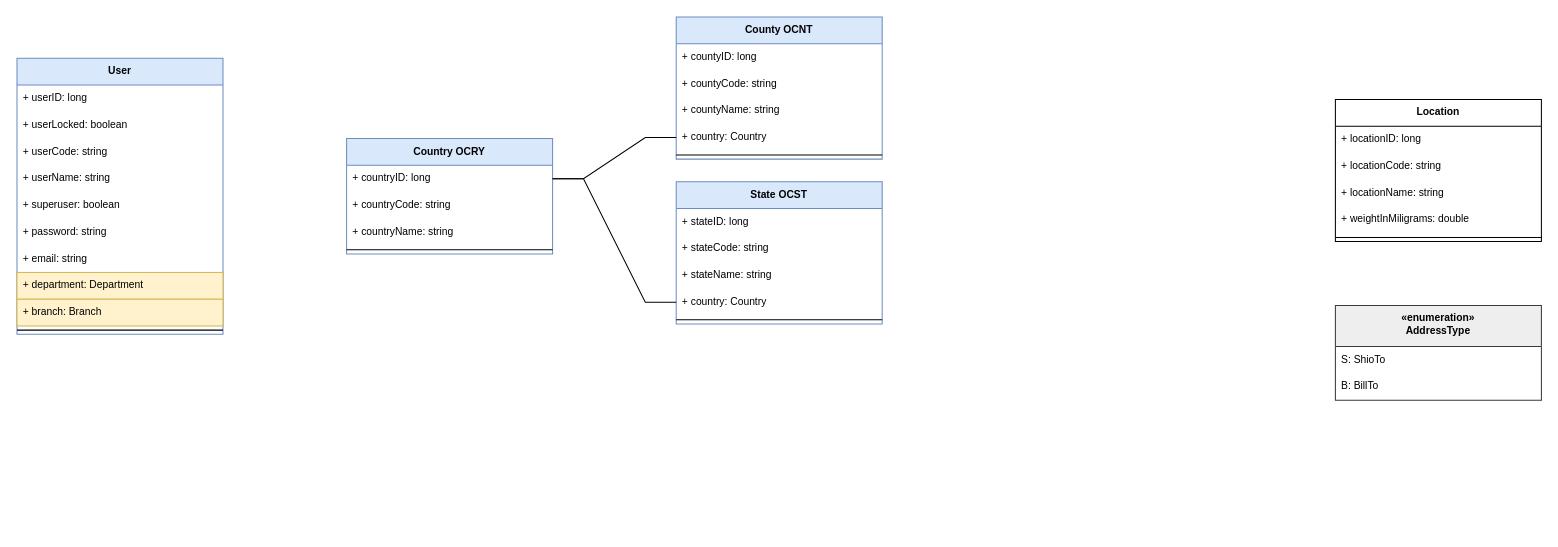
Before: docs/class/administration.drawio in mancinelli/xFormz, a draw.io diagram. Source tidied: cells renumbered, new cells numbered last; positions are measured from the earlier drawing's top-left corner, leaving out a move shared by most shapes. Both pictures are drawn from the tidied source at 103%, with x=0, y=0 at pixel (16, 16).
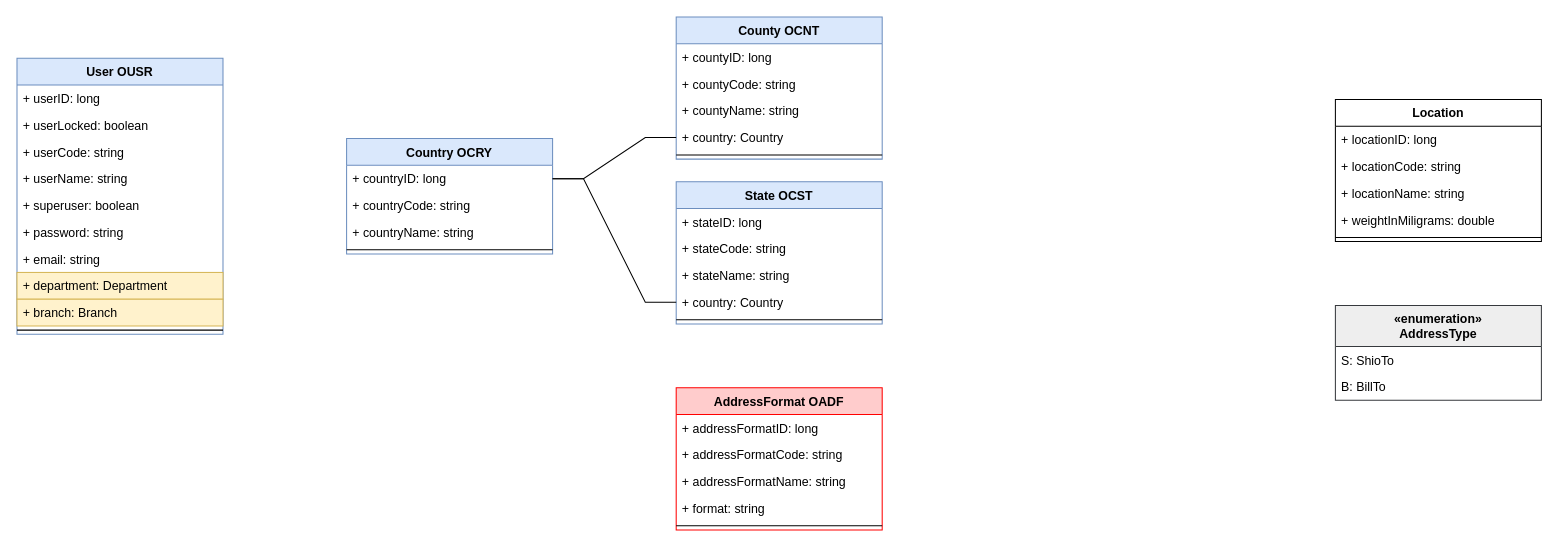
After the change.

The edit, as a diff of the source:
```diff
@@
-    <mxCell id="2" value="User" style="swimlane;fontStyle=1;align=center;verticalAlign=top;horizontal=1;startSize=26;fontSize=10;fillColor=#dae8fc;strokeColor=#6c8ebf;" parent="1" vertex="1">
+    <mxCell id="2" value="User OUSR" style="swimlane;fontStyle=1;align=center;verticalAlign=top;horizontal=1;startSize=26;fontSize=12;fillColor=#dae8fc;strokeColor=#6c8ebf;" parent="1" vertex="1">
       <mxGeometry y="40" width="200" height="268" as="geometry" />
     </mxCell>
-    <mxCell id="3" value="+ userID: long" style="text;strokeColor=none;fillColor=none;align=left;verticalAlign=top;spacingLeft=4;spacingRight=4;overflow=hidden;fontSize=10;" parent="2" vertex="1">
+    <mxCell id="3" value="+ userID: long" style="text;strokeColor=none;fillColor=none;align=left;verticalAlign=top;spacingLeft=4;spacingRight=4;overflow=hidden;fontSize=12;" parent="2" vertex="1">
       <mxGeometry y="26" width="200" height="26" as="geometry" />
     </mxCell>
-    <mxCell id="4" value="+ userLocked: boolean" style="text;strokeColor=none;fillColor=none;align=left;verticalAlign=top;spacingLeft=4;spacingRight=4;overflow=hidden;fontSize=10;" parent="2" vertex="1">
+    <mxCell id="4" value="+ userLocked: boolean" style="text;strokeColor=none;fillColor=none;align=left;verticalAlign=top;spacingLeft=4;spacingRight=4;overflow=hidden;fontSize=12;" parent="2" vertex="1">
       <mxGeometry y="52" width="200" height="26" as="geometry" />
     </mxCell>
-    <mxCell id="5" value="+ userCode: string" style="text;strokeColor=none;fillColor=none;align=left;verticalAlign=top;spacingLeft=4;spacingRight=4;overflow=hidden;fontSize=10;" parent="2" vertex="1">
+    <mxCell id="5" value="+ userCode: string" style="text;strokeColor=none;fillColor=none;align=left;verticalAlign=top;spacingLeft=4;spacingRight=4;overflow=hidden;fontSize=12;" parent="2" vertex="1">
       <mxGeometry y="78" width="200" height="26" as="geometry" />
     </mxCell>
-    <mxCell id="6" value="+ userName: string" style="text;strokeColor=none;fillColor=none;align=left;verticalAlign=top;spacingLeft=4;spacingRight=4;overflow=hidden;fontSize=10;" parent="2" vertex="1">
+    <mxCell id="6" value="+ userName: string" style="text;strokeColor=none;fillColor=none;align=left;verticalAlign=top;spacingLeft=4;spacingRight=4;overflow=hidden;fontSize=12;" parent="2" vertex="1">
       <mxGeometry y="104" width="200" height="26" as="geometry" />
     </mxCell>
-    <mxCell id="7" value="+ superuser: boolean" style="text;strokeColor=none;fillColor=none;align=left;verticalAlign=top;spacingLeft=4;spacingRight=4;overflow=hidden;fontSize=10;" parent="2" vertex="1">
+    <mxCell id="7" value="+ superuser: boolean" style="text;strokeColor=none;fillColor=none;align=left;verticalAlign=top;spacingLeft=4;spacingRight=4;overflow=hidden;fontSize=12;" parent="2" vertex="1">
       <mxGeometry y="130" width="200" height="26" as="geometry" />
     </mxCell>
-    <mxCell id="8" value="+ password: string" style="text;strokeColor=none;fillColor=none;align=left;verticalAlign=top;spacingLeft=4;spacingRight=4;overflow=hidden;fontSize=10;" parent="2" vertex="1">
+    <mxCell id="8" value="+ password: string" style="text;strokeColor=none;fillColor=none;align=left;verticalAlign=top;spacingLeft=4;spacingRight=4;overflow=hidden;fontSize=12;" parent="2" vertex="1">
       <mxGeometry y="156" width="200" height="26" as="geometry" />
     </mxCell>
-    <mxCell id="9" value="+ email: string" style="text;strokeColor=none;fillColor=none;align=left;verticalAlign=top;spacingLeft=4;spacingRight=4;overflow=hidden;fontSize=10;" parent="2" vertex="1">
+    <mxCell id="9" value="+ email: string" style="text;strokeColor=none;fillColor=none;align=left;verticalAlign=top;spacingLeft=4;spacingRight=4;overflow=hidden;fontSize=12;" parent="2" vertex="1">
       <mxGeometry y="182" width="200" height="26" as="geometry" />
     </mxCell>
-    <mxCell id="10" value="+ department: Department" style="text;strokeColor=#d6b656;fillColor=#fff2cc;align=left;verticalAlign=top;spacingLeft=4;spacingRight=4;overflow=hidden;fontSize=10;" parent="2" vertex="1">
+    <mxCell id="10" value="+ department: Department" style="text;strokeColor=#d6b656;fillColor=#fff2cc;align=left;verticalAlign=top;spacingLeft=4;spacingRight=4;overflow=hidden;fontSize=12;" parent="2" vertex="1">
       <mxGeometry y="208" width="200" height="26" as="geometry" />
     </mxCell>
-    <mxCell id="11" value="+ branch: Branch" style="text;strokeColor=#d6b656;fillColor=#fff2cc;align=left;verticalAlign=top;spacingLeft=4;spacingRight=4;overflow=hidden;fontSize=10;" parent="2" vertex="1">
+    <mxCell id="11" value="+ branch: Branch" style="text;strokeColor=#d6b656;fillColor=#fff2cc;align=left;verticalAlign=top;spacingLeft=4;spacingRight=4;overflow=hidden;fontSize=12;" parent="2" vertex="1">
       <mxGeometry y="234" width="200" height="26" as="geometry" />
     </mxCell>
-    <mxCell id="12" style="line;strokeWidth=1;fillColor=none;align=left;verticalAlign=middle;spacingTop=-1;spacingLeft=3;spacingRight=3;labelPosition=right;fontSize=10;" parent="2" vertex="1">
+    <mxCell id="12" style="line;strokeWidth=1;fillColor=none;align=left;verticalAlign=middle;spacingTop=-1;spacingLeft=3;spacingRight=3;labelPosition=right;fontSize=12;" parent="2" vertex="1">
       <mxGeometry y="260" width="200" height="8" as="geometry" />
     </mxCell>
-    <mxCell id="13" value="Location" style="swimlane;fontStyle=1;align=center;verticalAlign=top;horizontal=1;startSize=26;fontSize=10;" parent="1" vertex="1">
+    <mxCell id="13" value="Location" style="swimlane;fontStyle=1;align=center;verticalAlign=top;horizontal=1;startSize=26;fontSize=12;" parent="1" vertex="1">
       <mxGeometry x="1280" y="80" width="200" height="138" as="geometry" />
     </mxCell>
-    <mxCell id="14" value="+ locationID: long" style="text;strokeColor=none;fillColor=none;align=left;verticalAlign=top;spacingLeft=4;spacingRight=4;overflow=hidden;fontSize=10;" parent="13" vertex="1">
+    <mxCell id="14" value="+ locationID: long" style="text;strokeColor=none;fillColor=none;align=left;verticalAlign=top;spacingLeft=4;spacingRight=4;overflow=hidden;fontSize=12;" parent="13" vertex="1">
       <mxGeometry y="26" width="200" height="26" as="geometry" />
     </mxCell>
-    <mxCell id="15" value="+ locationCode: string" style="text;strokeColor=none;fillColor=none;align=left;verticalAlign=top;spacingLeft=4;spacingRight=4;overflow=hidden;fontSize=10;" parent="13" vertex="1">
+    <mxCell id="15" value="+ locationCode: string" style="text;strokeColor=none;fillColor=none;align=left;verticalAlign=top;spacingLeft=4;spacingRight=4;overflow=hidden;fontSize=12;" parent="13" vertex="1">
       <mxGeometry y="52" width="200" height="26" as="geometry" />
     </mxCell>
-    <mxCell id="16" value="+ locationName: string" style="text;strokeColor=none;fillColor=none;align=left;verticalAlign=top;spacingLeft=4;spacingRight=4;overflow=hidden;fontSize=10;" parent="13" vertex="1">
+    <mxCell id="16" value="+ locationName: string" style="text;strokeColor=none;fillColor=none;align=left;verticalAlign=top;spacingLeft=4;spacingRight=4;overflow=hidden;fontSize=12;" parent="13" vertex="1">
       <mxGeometry y="78" width="200" height="26" as="geometry" />
     </mxCell>
-    <mxCell id="17" value="+ weightInMiligrams: double" style="text;strokeColor=none;fillColor=none;align=left;verticalAlign=top;spacingLeft=4;spacingRight=4;overflow=hidden;fontSize=10;" parent="13" vertex="1">
+    <mxCell id="17" value="+ weightInMiligrams: double" style="text;strokeColor=none;fillColor=none;align=left;verticalAlign=top;spacingLeft=4;spacingRight=4;overflow=hidden;fontSize=12;" parent="13" vertex="1">
       <mxGeometry y="104" width="200" height="26" as="geometry" />
     </mxCell>
-    <mxCell id="18" style="line;strokeWidth=1;fillColor=none;align=left;verticalAlign=middle;spacingTop=-1;spacingLeft=3;spacingRight=3;labelPosition=right;fontSize=10;" parent="13" vertex="1">
+    <mxCell id="18" style="line;strokeWidth=1;fillColor=none;align=left;verticalAlign=middle;spacingTop=-1;spacingLeft=3;spacingRight=3;labelPosition=right;fontSize=12;" parent="13" vertex="1">
       <mxGeometry y="130" width="200" height="8" as="geometry" />
     </mxCell>
-    <mxCell id="19" value="Country OCRY" style="swimlane;fontStyle=1;align=center;verticalAlign=top;horizontal=1;startSize=26;fontSize=10;fillColor=#dae8fc;strokeColor=#6c8ebf;" parent="1" vertex="1">
+    <mxCell id="19" value="Country OCRY" style="swimlane;fontStyle=1;align=center;verticalAlign=top;horizontal=1;startSize=26;fontSize=12;fillColor=#dae8fc;strokeColor=#6c8ebf;" parent="1" vertex="1">
       <mxGeometry x="320" y="118" width="200" height="112" as="geometry" />
     </mxCell>
-    <mxCell id="20" value="+ countryID: long" style="text;strokeColor=none;fillColor=none;align=left;verticalAlign=top;spacingLeft=4;spacingRight=4;overflow=hidden;points=[[0,0.5],[1,0.5]];portConstraint=eastwest;fontSize=10;" parent="19" vertex="1">
+    <mxCell id="20" value="+ countryID: long" style="text;strokeColor=none;fillColor=none;align=left;verticalAlign=top;spacingLeft=4;spacingRight=4;overflow=hidden;points=[[0,0.5],[1,0.5]];portConstraint=eastwest;fontSize=12;" parent="19" vertex="1">
       <mxGeometry y="26" width="200" height="26" as="geometry" />
     </mxCell>
-    <mxCell id="21" value="+ countryCode: string" style="text;strokeColor=none;fillColor=none;align=left;verticalAlign=top;spacingLeft=4;spacingRight=4;overflow=hidden;fontSize=10;" parent="19" vertex="1">
+    <mxCell id="21" value="+ countryCode: string" style="text;strokeColor=none;fillColor=none;align=left;verticalAlign=top;spacingLeft=4;spacingRight=4;overflow=hidden;fontSize=12;" parent="19" vertex="1">
       <mxGeometry y="52" width="200" height="26" as="geometry" />
     </mxCell>
-    <mxCell id="22" value="+ countryName: string" style="text;strokeColor=none;fillColor=none;align=left;verticalAlign=top;spacingLeft=4;spacingRight=4;overflow=hidden;fontSize=10;" parent="19" vertex="1">
+    <mxCell id="22" value="+ countryName: string" style="text;strokeColor=none;fillColor=none;align=left;verticalAlign=top;spacingLeft=4;spacingRight=4;overflow=hidden;fontSize=12;" parent="19" vertex="1">
       <mxGeometry y="78" width="200" height="26" as="geometry" />
     </mxCell>
-    <mxCell id="23" style="line;strokeWidth=1;fillColor=none;align=left;verticalAlign=middle;spacingTop=-1;spacingLeft=3;spacingRight=3;labelPosition=right;fontSize=10;" parent="19" vertex="1">
+    <mxCell id="23" style="line;strokeWidth=1;fillColor=none;align=left;verticalAlign=middle;spacingTop=-1;spacingLeft=3;spacingRight=3;labelPosition=right;fontSize=12;" parent="19" vertex="1">
       <mxGeometry y="104" width="200" height="8" as="geometry" />
     </mxCell>
-    <mxCell id="24" value="«enumeration»&#10;AddressType" style="swimlane;fontStyle=1;align=center;verticalAlign=top;horizontal=1;startSize=40;fontSize=10;fillColor=#eeeeee;strokeColor=#36393d;" parent="1" vertex="1">
+    <mxCell id="24" value="«enumeration»&#10;AddressType" style="swimlane;fontStyle=1;align=center;verticalAlign=top;horizontal=1;startSize=40;fontSize=12;fillColor=#eeeeee;strokeColor=#36393d;" parent="1" vertex="1">
       <mxGeometry x="1280" y="280" width="200" height="92" as="geometry" />
     </mxCell>
-    <mxCell id="25" value="S: ShioTo" style="text;strokeColor=none;fillColor=none;align=left;verticalAlign=top;spacingLeft=4;spacingRight=4;overflow=hidden;fontSize=10;" parent="24" vertex="1">
+    <mxCell id="25" value="S: ShioTo" style="text;strokeColor=none;fillColor=none;align=left;verticalAlign=top;spacingLeft=4;spacingRight=4;overflow=hidden;fontSize=12;" parent="24" vertex="1">
       <mxGeometry y="40" width="200" height="26" as="geometry" />
     </mxCell>
-    <mxCell id="26" value="B: BillTo" style="text;strokeColor=none;fillColor=none;align=left;verticalAlign=top;spacingLeft=4;spacingRight=4;overflow=hidden;fontSize=10;" parent="24" vertex="1">
+    <mxCell id="26" value="B: BillTo" style="text;strokeColor=none;fillColor=none;align=left;verticalAlign=top;spacingLeft=4;spacingRight=4;overflow=hidden;fontSize=12;" parent="24" vertex="1">
       <mxGeometry y="66" width="200" height="26" as="geometry" />
     </mxCell>
-    <mxCell id="27" value="County OCNT" style="swimlane;fontStyle=1;align=center;verticalAlign=top;horizontal=1;startSize=26;fontSize=10;fillColor=#dae8fc;strokeColor=#6c8ebf;" parent="1" vertex="1">
+    <mxCell id="27" value="County OCNT" style="swimlane;fontStyle=1;align=center;verticalAlign=top;horizontal=1;startSize=26;fontSize=12;fillColor=#dae8fc;strokeColor=#6c8ebf;" parent="1" vertex="1">
       <mxGeometry x="640" width="200" height="138" as="geometry" />
     </mxCell>
-    <mxCell id="28" value="+ countyID: long" style="text;strokeColor=none;fillColor=none;align=left;verticalAlign=top;spacingLeft=4;spacingRight=4;overflow=hidden;fontSize=10;" parent="27" vertex="1">
+    <mxCell id="28" value="+ countyID: long" style="text;strokeColor=none;fillColor=none;align=left;verticalAlign=top;spacingLeft=4;spacingRight=4;overflow=hidden;fontSize=12;" parent="27" vertex="1">
       <mxGeometry y="26" width="200" height="26" as="geometry" />
     </mxCell>
-    <mxCell id="29" value="+ countyCode: string" style="text;strokeColor=none;fillColor=none;align=left;verticalAlign=top;spacingLeft=4;spacingRight=4;overflow=hidden;fontSize=10;" parent="27" vertex="1">
+    <mxCell id="29" value="+ countyCode: string" style="text;strokeColor=none;fillColor=none;align=left;verticalAlign=top;spacingLeft=4;spacingRight=4;overflow=hidden;fontSize=12;" parent="27" vertex="1">
       <mxGeometry y="52" width="200" height="26" as="geometry" />
     </mxCell>
-    <mxCell id="30" value="+ countyName: string" style="text;strokeColor=none;fillColor=none;align=left;verticalAlign=top;spacingLeft=4;spacingRight=4;overflow=hidden;fontSize=10;" parent="27" vertex="1">
+    <mxCell id="30" value="+ countyName: string" style="text;strokeColor=none;fillColor=none;align=left;verticalAlign=top;spacingLeft=4;spacingRight=4;overflow=hidden;fontSize=12;" parent="27" vertex="1">
       <mxGeometry y="78" width="200" height="26" as="geometry" />
     </mxCell>
-    <mxCell id="31" value="+ country: Country" style="text;strokeColor=none;fillColor=none;align=left;verticalAlign=top;spacingLeft=4;spacingRight=4;overflow=hidden;points=[[0,0.5],[1,0.5]];portConstraint=eastwest;fontSize=10;" parent="27" vertex="1">
+    <mxCell id="31" value="+ country: Country" style="text;strokeColor=none;fillColor=none;align=left;verticalAlign=top;spacingLeft=4;spacingRight=4;overflow=hidden;points=[[0,0.5],[1,0.5]];portConstraint=eastwest;fontSize=12;" parent="27" vertex="1">
       <mxGeometry y="104" width="200" height="26" as="geometry" />
     </mxCell>
-    <mxCell id="32" style="line;strokeWidth=1;fillColor=none;align=left;verticalAlign=middle;spacingTop=-1;spacingLeft=3;spacingRight=3;labelPosition=right;fontSize=10;" parent="27" vertex="1">
+    <mxCell id="32" style="line;strokeWidth=1;fillColor=none;align=left;verticalAlign=middle;spacingTop=-1;spacingLeft=3;spacingRight=3;labelPosition=right;fontSize=12;" parent="27" vertex="1">
       <mxGeometry y="130" width="200" height="8" as="geometry" />
     </mxCell>
-    <mxCell id="33" style="edgeStyle=entityRelationEdgeStyle;rounded=0;jettySize=auto;html=1;fontSize=10;endArrow=none;endFill=0;" parent="1" edge="1" source="31" target="20">
+    <mxCell id="33" style="edgeStyle=entityRelationEdgeStyle;rounded=0;jettySize=auto;html=1;fontSize=12;endArrow=none;endFill=0;" parent="1" edge="1" source="31" target="20">
       <mxGeometry relative="1" as="geometry" />
     </mxCell>
-    <mxCell id="34" value="State OCST" style="swimlane;fontStyle=1;align=center;verticalAlign=top;horizontal=1;startSize=26;fontSize=10;fillColor=#dae8fc;strokeColor=#6c8ebf;" parent="1" vertex="1">
+    <mxCell id="34" value="State OCST" style="swimlane;fontStyle=1;align=center;verticalAlign=top;horizontal=1;startSize=26;fontSize=12;fillColor=#dae8fc;strokeColor=#6c8ebf;" parent="1" vertex="1">
       <mxGeometry x="640" y="160" width="200" height="138" as="geometry" />
     </mxCell>
-    <mxCell id="35" value="+ stateID: long" style="text;strokeColor=none;fillColor=none;align=left;verticalAlign=top;spacingLeft=4;spacingRight=4;overflow=hidden;fontSize=10;" parent="34" vertex="1">
+    <mxCell id="35" value="+ stateID: long" style="text;strokeColor=none;fillColor=none;align=left;verticalAlign=top;spacingLeft=4;spacingRight=4;overflow=hidden;fontSize=12;" parent="34" vertex="1">
       <mxGeometry y="26" width="200" height="26" as="geometry" />
     </mxCell>
-    <mxCell id="36" value="+ stateCode: string" style="text;strokeColor=none;fillColor=none;align=left;verticalAlign=top;spacingLeft=4;spacingRight=4;overflow=hidden;fontSize=10;" parent="34" vertex="1">
+    <mxCell id="36" value="+ stateCode: string" style="text;strokeColor=none;fillColor=none;align=left;verticalAlign=top;spacingLeft=4;spacingRight=4;overflow=hidden;fontSize=12;" parent="34" vertex="1">
       <mxGeometry y="52" width="200" height="26" as="geometry" />
     </mxCell>
-    <mxCell id="37" value="+ stateName: string" style="text;strokeColor=none;fillColor=none;align=left;verticalAlign=top;spacingLeft=4;spacingRight=4;overflow=hidden;fontSize=10;" parent="34" vertex="1">
+    <mxCell id="37" value="+ stateName: string" style="text;strokeColor=none;fillColor=none;align=left;verticalAlign=top;spacingLeft=4;spacingRight=4;overflow=hidden;fontSize=12;" parent="34" vertex="1">
       <mxGeometry y="78" width="200" height="26" as="geometry" />
     </mxCell>
-    <mxCell id="38" value="+ country: Country" style="text;strokeColor=none;fillColor=none;align=left;verticalAlign=top;spacingLeft=4;spacingRight=4;overflow=hidden;points=[[0,0.5],[1,0.5]];portConstraint=eastwest;fontSize=10;" parent="34" vertex="1">
+    <mxCell id="38" value="+ country: Country" style="text;strokeColor=none;fillColor=none;align=left;verticalAlign=top;spacingLeft=4;spacingRight=4;overflow=hidden;points=[[0,0.5],[1,0.5]];portConstraint=eastwest;fontSize=12;" parent="34" vertex="1">
       <mxGeometry y="104" width="200" height="26" as="geometry" />
     </mxCell>
-    <mxCell id="39" style="line;strokeWidth=1;fillColor=none;align=left;verticalAlign=middle;spacingTop=-1;spacingLeft=3;spacingRight=3;labelPosition=right;fontSize=10;" parent="34" vertex="1">
+    <mxCell id="39" style="line;strokeWidth=1;fillColor=none;align=left;verticalAlign=middle;spacingTop=-1;spacingLeft=3;spacingRight=3;labelPosition=right;fontSize=12;" parent="34" vertex="1">
       <mxGeometry y="130" width="200" height="8" as="geometry" />
     </mxCell>
-    <mxCell id="40" style="edgeStyle=entityRelationEdgeStyle;rounded=0;jettySize=auto;html=1;fontSize=10;endArrow=none;endFill=0;" parent="1" edge="1" source="38" target="20">
+    <mxCell id="40" style="edgeStyle=entityRelationEdgeStyle;rounded=0;jettySize=auto;html=1;fontSize=12;endArrow=none;endFill=0;" parent="1" edge="1" source="38" target="20">
       <mxGeometry relative="1" as="geometry" />
     </mxCell>
+    <mxCell id="41" value="AddressFormat OADF" style="swimlane;fontStyle=1;align=center;verticalAlign=top;horizontal=1;startSize=26;fontSize=12;strokeColor=#FF0000;fillColor=#FFCCCC;" parent="1" vertex="1">
+      <mxGeometry x="640" y="360" width="200" height="138" as="geometry" />
+    </mxCell>
+    <mxCell id="42" value="+ addressFormatID: long" style="text;strokeColor=none;fillColor=none;align=left;verticalAlign=top;spacingLeft=4;spacingRight=4;overflow=hidden;fontSize=12;" parent="41" vertex="1">
+      <mxGeometry y="26" width="200" height="26" as="geometry" />
+    </mxCell>
+    <mxCell id="43" value="+ addressFormatCode: string" style="text;strokeColor=none;fillColor=none;align=left;verticalAlign=top;spacingLeft=4;spacingRight=4;overflow=hidden;fontSize=12;" parent="41" vertex="1">
+      <mxGeometry y="52" width="200" height="26" as="geometry" />
+    </mxCell>
+    <mxCell id="44" value="+ addressFormatName: string" style="text;strokeColor=none;fillColor=none;align=left;verticalAlign=top;spacingLeft=4;spacingRight=4;overflow=hidden;fontSize=12;" parent="41" vertex="1">
+      <mxGeometry y="78" width="200" height="26" as="geometry" />
+    </mxCell>
+    <mxCell id="45" value="+ format: string" style="text;strokeColor=none;fillColor=none;align=left;verticalAlign=top;spacingLeft=4;spacingRight=4;overflow=hidden;fontSize=12;" parent="41" vertex="1">
+      <mxGeometry y="104" width="200" height="26" as="geometry" />
+    </mxCell>
+    <mxCell id="46" style="line;strokeWidth=1;fillColor=none;align=left;verticalAlign=middle;spacingTop=-1;spacingLeft=3;spacingRight=3;labelPosition=right;fontSize=12;" parent="41" vertex="1">
+      <mxGeometry y="130" width="200" height="8" as="geometry" />
+    </mxCell>
```
